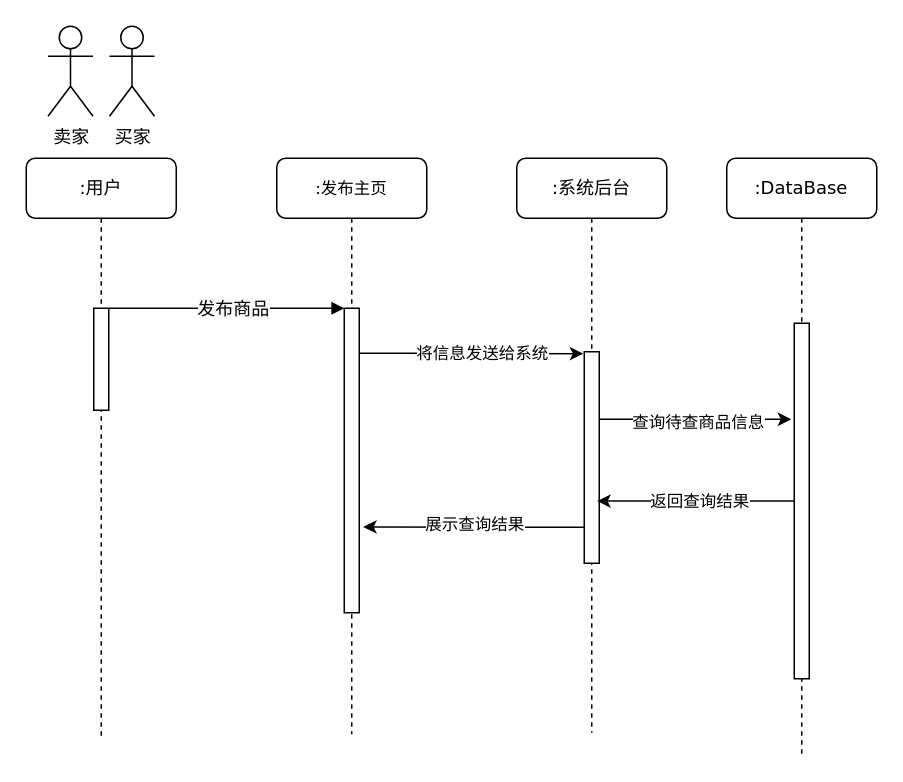
Earlier version of the draw.io diagram 商品审核顺序图.drawio (200928/image). Source tidied: cells renumbered, new cells numbered last; positions are measured from the earlier drawing's top-left corner, leaving out a move shared by most shapes. Both pictures are drawn from the tidied source at 150%, with x=0, y=0 at pixel (26, 26).
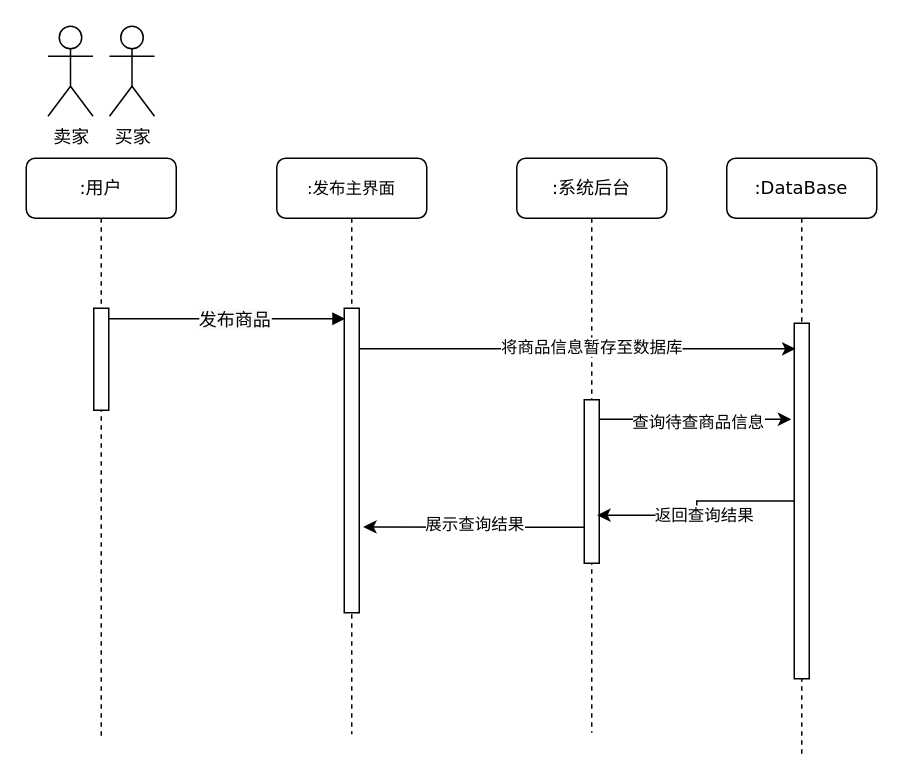
The same page after the edit.

Commit message (it also covers changes not shown here):
更新商品审核顺序图.drawio

Unchanged cells that the change refers to:
```xml
<mxCell id="3" style="html=1;points=[];perimeter=orthogonalPerimeter;rounded=0;shadow=0;comic=0;labelBackgroundColor=none;strokeWidth=1;fontFamily=Verdana;fontSize=12;align=center;" parent="2" vertex="1">
  <mxGeometry x="45" y="100" width="10" height="203" as="geometry" />
</mxCell>
<mxCell id="4" value=":系统后台" style="shape=umlLifeline;perimeter=lifelinePerimeter;whiteSpace=wrap;html=1;rounded=1;shadow=0;comic=0;labelBackgroundColor=none;strokeWidth=1;fontFamily=Verdana;fontSize=12;align=center;" parent="1" vertex="1">
  <mxGeometry x="327" y="88" width="100" height="383" as="geometry" />
</mxCell>
<mxCell id="7" style="html=1;points=[];perimeter=orthogonalPerimeter;rounded=0;shadow=0;comic=0;labelBackgroundColor=none;strokeWidth=1;fontFamily=Verdana;fontSize=12;align=center;" parent="6" vertex="1">
  <mxGeometry x="45" y="110" width="10" height="237" as="geometry" />
</mxCell>
<mxCell id="9" style="html=1;points=[];perimeter=orthogonalPerimeter;rounded=0;shadow=0;comic=0;labelBackgroundColor=none;strokeWidth=1;fontFamily=Verdana;fontSize=12;align=center;" parent="8" vertex="1">
  <mxGeometry x="45" y="100" width="10" height="68" as="geometry" />
</mxCell>
```

What changed in the source:
```diff
@@
-    <mxCell id="2" value="&lt;font style=&quot;font-size: 11px ; line-height: 1.2&quot;&gt;:发布主页&lt;/font&gt;" style="shape=umlLifeline;perimeter=lifelinePerimeter;whiteSpace=wrap;html=1;rounded=1;shadow=0;comic=0;labelBackgroundColor=none;strokeWidth=1;fontFamily=Verdana;fontSize=12;align=center;" parent="1" vertex="1">
+    <mxCell id="2" value="&lt;font style=&quot;font-size: 11px ; line-height: 1.2&quot;&gt;:发布主界面&lt;/font&gt;" style="shape=umlLifeline;perimeter=lifelinePerimeter;whiteSpace=wrap;html=1;rounded=1;shadow=0;comic=0;labelBackgroundColor=none;strokeWidth=1;fontFamily=Verdana;fontSize=12;align=center;" parent="1" vertex="1">
       <mxGeometry x="167" y="88" width="100" height="384" as="geometry" />
     </mxCell>
@@
     <mxCell id="5" style="html=1;points=[];perimeter=orthogonalPerimeter;rounded=0;shadow=0;comic=0;labelBackgroundColor=none;strokeWidth=1;fontFamily=Verdana;fontSize=12;align=center;" parent="4" vertex="1">
-      <mxGeometry x="45" y="129" width="10" height="141" as="geometry" />
+      <mxGeometry x="45" y="161" width="10" height="109" as="geometry" />
     </mxCell>
@@
-    <mxCell id="10" style="html=1;verticalAlign=bottom;endArrow=block;entryX=0;entryY=0;labelBackgroundColor=none;fontFamily=Verdana;fontSize=12;edgeStyle=elbowEdgeStyle;elbow=vertical;" parent="1" edge="1" source="9" target="3">
+    <mxCell id="10" style="html=1;verticalAlign=bottom;endArrow=block;entryX=0.06;entryY=0.033;labelBackgroundColor=none;fontFamily=Verdana;fontSize=12;edgeStyle=elbowEdgeStyle;elbow=vertical;entryDx=0;entryDy=0;entryPerimeter=0;" parent="1" edge="1" source="9" target="3">
       <mxGeometry x="-0.03" y="-57" relative="1" as="geometry" />
     </mxCell>
@@
-    <mxCell id="13" style="edgeStyle=orthogonalEdgeStyle;rounded=0;jettySize=auto;html=1;entryX=-0.059;entryY=0.009;entryDx=0;entryDy=0;entryPerimeter=0;" parent="1" edge="1" source="3" target="5">
-      <mxGeometry relative="1" as="geometry">
-        <Array as="points">
-          <mxPoint x="255" y="218" />
-          <mxPoint x="255" y="218" />
-        </Array>
-      </mxGeometry>
-    </mxCell>
-    <mxCell id="14" value="将信息发送给系统" style="edgeLabel;html=1;align=center;verticalAlign=middle;" parent="13" vertex="1">
-      <mxGeometry x="0.08" y="1" relative="1" as="geometry" />
-    </mxCell>
@@
+    <mxCell id="22" style="edgeStyle=orthogonalEdgeStyle;rounded=0;jettySize=auto;html=1;entryX=0.083;entryY=0.072;entryDx=0;entryDy=0;entryPerimeter=0;" parent="1" edge="1" source="3" target="7">
+      <mxGeometry relative="1" as="geometry">
+        <Array as="points">
+          <mxPoint x="293" y="215" />
+          <mxPoint x="293" y="215" />
+        </Array>
+      </mxGeometry>
+    </mxCell>
+    <mxCell id="23" value="将商品信息暂存至数据库" style="edgeLabel;html=1;align=center;verticalAlign=middle;" parent="22" vertex="1">
+      <mxGeometry x="-0.19" relative="1" as="geometry">
+        <mxPoint x="37" y="-2" as="offset" />
+      </mxGeometry>
+    </mxCell>
```
